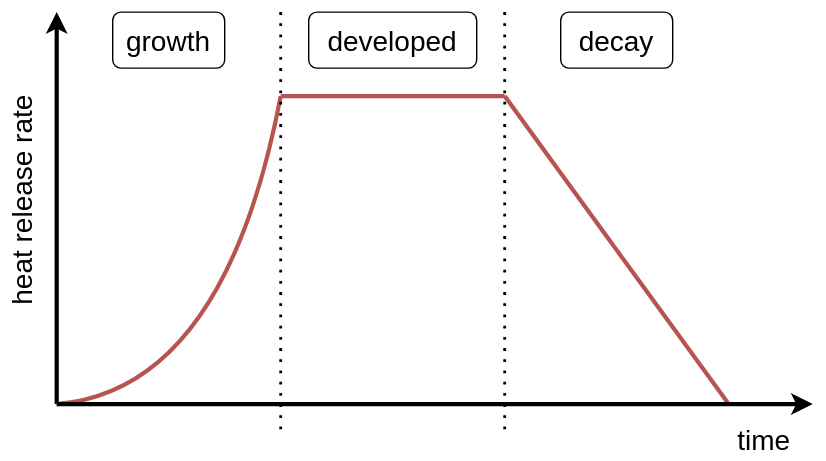
Earlier version of the draw.io export _images/natural_design_fire.svg (RomanMironenko/LectureFireSimulation_RU). Source tidied: cells renumbered, new cells last; positions are measured from the earlier drawing's top-left corner, leaving out a move shared by most shapes. Source of this version:
```xml
<mxGraphModel>
  <root>
    <mxCell id="0" />
    <mxCell id="1" parent="0" />
    <mxCell id="2" style="endArrow=classic;html=1;strokeWidth=3;" parent="1" edge="1">
      <mxGeometry relative="1" as="geometry">
        <mxPoint x="110" y="280" as="sourcePoint" />
        <mxPoint x="110" as="targetPoint" />
      </mxGeometry>
    </mxCell>
    <mxCell id="3" value="heat release rate" style="text;html=1;align=center;verticalAlign=middle;direction=west;rotation=270;fontSize=20;" parent="1" vertex="1">
      <mxGeometry y="120" width="170" height="30" as="geometry" />
    </mxCell>
    <mxCell id="4" value="time" style="text;html=1;align=center;verticalAlign=middle;direction=west;rotation=0;fontSize=20;" parent="1" vertex="1">
      <mxGeometry x="590" y="290" width="50" height="30" as="geometry" />
    </mxCell>
    <mxCell id="5" style="curved=1;endArrow=none;html=1;strokeWidth=3;fontSize=20;endFill=0;fillColor=#f8cecc;strokeColor=#b85450;" parent="1" edge="1">
      <mxGeometry relative="1" as="geometry">
        <mxPoint x="110" y="280" as="sourcePoint" />
        <mxPoint x="270" y="60" as="targetPoint" />
        <Array as="points">
          <mxPoint x="230" y="270" />
        </Array>
      </mxGeometry>
    </mxCell>
    <mxCell id="6" style="endArrow=none;html=1;strokeWidth=3;fontSize=20;fillColor=#f8cecc;strokeColor=#b85450;" parent="1" edge="1">
      <mxGeometry relative="1" as="geometry">
        <mxPoint x="270" y="60" as="sourcePoint" />
        <mxPoint x="430" y="60" as="targetPoint" />
      </mxGeometry>
    </mxCell>
    <mxCell id="7" style="endArrow=none;html=1;strokeWidth=3;fontSize=20;fillColor=#f8cecc;strokeColor=#b85450;" parent="1" edge="1">
      <mxGeometry relative="1" as="geometry">
        <mxPoint x="590" y="280" as="sourcePoint" />
        <mxPoint x="430" y="60" as="targetPoint" />
      </mxGeometry>
    </mxCell>
    <mxCell id="8" style="endArrow=none;dashed=1;html=1;dashPattern=1 3;strokeWidth=2;fontSize=20;" parent="1" edge="1">
      <mxGeometry relative="1" as="geometry">
        <mxPoint x="270" as="sourcePoint" />
        <mxPoint x="270" y="300" as="targetPoint" />
      </mxGeometry>
    </mxCell>
    <mxCell id="9" style="endArrow=none;dashed=1;html=1;dashPattern=1 3;strokeWidth=2;fontSize=20;" parent="1" edge="1">
      <mxGeometry relative="1" as="geometry">
        <mxPoint x="430" as="sourcePoint" />
        <mxPoint x="430" y="300" as="targetPoint" />
      </mxGeometry>
    </mxCell>
    <mxCell id="10" value="growth" style="rounded=1;whiteSpace=wrap;html=1;fontSize=20;" parent="1" vertex="1">
      <mxGeometry x="150" width="80" height="40" as="geometry" />
    </mxCell>
    <mxCell id="11" value="developed" style="rounded=1;whiteSpace=wrap;html=1;fontSize=20;" parent="1" vertex="1">
      <mxGeometry x="290" width="120" height="40" as="geometry" />
    </mxCell>
    <mxCell id="12" value="decay" style="rounded=1;whiteSpace=wrap;html=1;fontSize=20;" parent="1" vertex="1">
      <mxGeometry x="470" width="80" height="40" as="geometry" />
    </mxCell>
    <mxCell id="13" style="endArrow=classic;html=1;strokeWidth=3;" parent="1" edge="1">
      <mxGeometry relative="1" as="geometry">
        <mxPoint x="110" y="280" as="sourcePoint" />
        <mxPoint x="650" y="280" as="targetPoint" />
      </mxGeometry>
    </mxCell>
  </root>
</mxGraphModel>
```
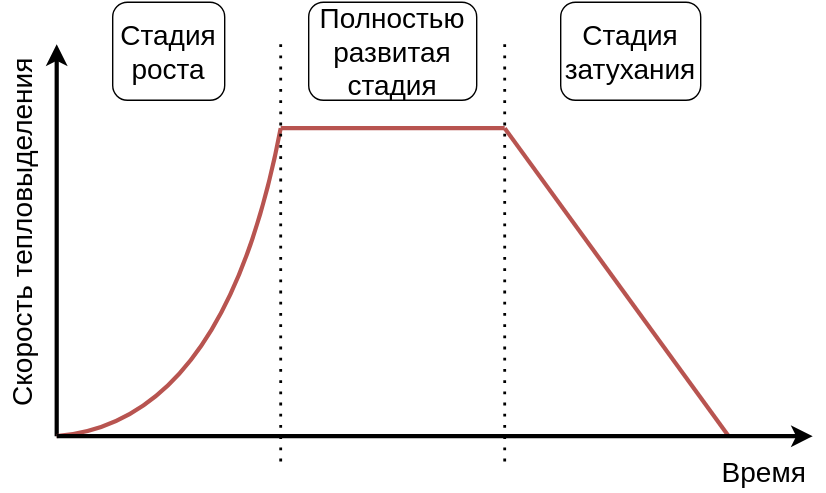
The same diagram one commit later.

Change to the diagram source:
```diff
@@ -4,62 +4,62 @@
     <mxCell id="1" parent="0" />
     <mxCell id="2" style="endArrow=classic;html=1;strokeWidth=3;" parent="1" edge="1">
       <mxGeometry relative="1" as="geometry">
-        <mxPoint x="110" y="280" as="sourcePoint" />
-        <mxPoint x="110" as="targetPoint" />
+        <mxPoint x="110" y="310" as="sourcePoint" />
+        <mxPoint x="110" y="30" as="targetPoint" />
       </mxGeometry>
     </mxCell>
-    <mxCell id="3" value="heat release rate" style="text;html=1;align=center;verticalAlign=middle;direction=west;rotation=270;fontSize=20;" parent="1" vertex="1">
-      <mxGeometry y="120" width="170" height="30" as="geometry" />
+    <mxCell id="3" value="Скорость тепловыделения" style="text;html=1;align=center;verticalAlign=middle;direction=west;rotation=270;fontSize=20;" parent="1" vertex="1">
+      <mxGeometry x="-45" y="150" width="260" height="30" as="geometry" />
     </mxCell>
-    <mxCell id="4" value="time" style="text;html=1;align=center;verticalAlign=middle;direction=west;rotation=0;fontSize=20;" parent="1" vertex="1">
-      <mxGeometry x="590" y="290" width="50" height="30" as="geometry" />
+    <mxCell id="4" value="Время" style="text;html=1;align=center;verticalAlign=middle;direction=west;rotation=0;fontSize=20;" parent="1" vertex="1">
+      <mxGeometry x="575" y="320" width="80" height="30" as="geometry" />
     </mxCell>
     <mxCell id="5" style="curved=1;endArrow=none;html=1;strokeWidth=3;fontSize=20;endFill=0;fillColor=#f8cecc;strokeColor=#b85450;" parent="1" edge="1">
       <mxGeometry relative="1" as="geometry">
-        <mxPoint x="110" y="280" as="sourcePoint" />
-        <mxPoint x="270" y="60" as="targetPoint" />
+        <mxPoint x="110" y="310" as="sourcePoint" />
+        <mxPoint x="270" y="90" as="targetPoint" />
         <Array as="points">
-          <mxPoint x="230" y="270" />
+          <mxPoint x="230" y="300" />
         </Array>
       </mxGeometry>
     </mxCell>
     <mxCell id="6" style="endArrow=none;html=1;strokeWidth=3;fontSize=20;fillColor=#f8cecc;strokeColor=#b85450;" parent="1" edge="1">
       <mxGeometry relative="1" as="geometry">
-        <mxPoint x="270" y="60" as="sourcePoint" />
-        <mxPoint x="430" y="60" as="targetPoint" />
+        <mxPoint x="270" y="90" as="sourcePoint" />
+        <mxPoint x="430" y="90" as="targetPoint" />
       </mxGeometry>
     </mxCell>
     <mxCell id="7" style="endArrow=none;html=1;strokeWidth=3;fontSize=20;fillColor=#f8cecc;strokeColor=#b85450;" parent="1" edge="1">
       <mxGeometry relative="1" as="geometry">
-        <mxPoint x="590" y="280" as="sourcePoint" />
-        <mxPoint x="430" y="60" as="targetPoint" />
+        <mxPoint x="590" y="310" as="sourcePoint" />
+        <mxPoint x="430" y="90" as="targetPoint" />
       </mxGeometry>
     </mxCell>
     <mxCell id="8" style="endArrow=none;dashed=1;html=1;dashPattern=1 3;strokeWidth=2;fontSize=20;" parent="1" edge="1">
       <mxGeometry relative="1" as="geometry">
-        <mxPoint x="270" as="sourcePoint" />
-        <mxPoint x="270" y="300" as="targetPoint" />
+        <mxPoint x="270" y="30" as="sourcePoint" />
+        <mxPoint x="270" y="330" as="targetPoint" />
       </mxGeometry>
     </mxCell>
     <mxCell id="9" style="endArrow=none;dashed=1;html=1;dashPattern=1 3;strokeWidth=2;fontSize=20;" parent="1" edge="1">
       <mxGeometry relative="1" as="geometry">
-        <mxPoint x="430" as="sourcePoint" />
-        <mxPoint x="430" y="300" as="targetPoint" />
+        <mxPoint x="430" y="30" as="sourcePoint" />
+        <mxPoint x="430" y="330" as="targetPoint" />
       </mxGeometry>
     </mxCell>
-    <mxCell id="10" value="growth" style="rounded=1;whiteSpace=wrap;html=1;fontSize=20;" parent="1" vertex="1">
-      <mxGeometry x="150" width="80" height="40" as="geometry" />
+    <mxCell id="10" value="Стадия роста" style="rounded=1;whiteSpace=wrap;html=1;fontSize=20;" parent="1" vertex="1">
+      <mxGeometry x="150" width="80" height="70" as="geometry" />
     </mxCell>
-    <mxCell id="11" value="developed" style="rounded=1;whiteSpace=wrap;html=1;fontSize=20;" parent="1" vertex="1">
-      <mxGeometry x="290" width="120" height="40" as="geometry" />
+    <mxCell id="11" value="Полностью развитая стадия" style="rounded=1;whiteSpace=wrap;html=1;fontSize=20;" parent="1" vertex="1">
+      <mxGeometry x="290" width="120" height="70" as="geometry" />
     </mxCell>
-    <mxCell id="12" value="decay" style="rounded=1;whiteSpace=wrap;html=1;fontSize=20;" parent="1" vertex="1">
-      <mxGeometry x="470" width="80" height="40" as="geometry" />
+    <mxCell id="12" value="Стадия затухания" style="rounded=1;whiteSpace=wrap;html=1;fontSize=20;" parent="1" vertex="1">
+      <mxGeometry x="470" width="100" height="70" as="geometry" />
     </mxCell>
     <mxCell id="13" style="endArrow=classic;html=1;strokeWidth=3;" parent="1" edge="1">
       <mxGeometry relative="1" as="geometry">
-        <mxPoint x="110" y="280" as="sourcePoint" />
-        <mxPoint x="650" y="280" as="targetPoint" />
+        <mxPoint x="110" y="310" as="sourcePoint" />
+        <mxPoint x="650" y="310" as="targetPoint" />
       </mxGeometry>
     </mxCell>
   </root>
```
